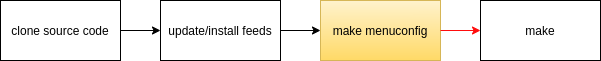
The draw.io diagram static/drawio/openwrt.drawio.png in ryohuang/ryohuang.github.io, before a commit. Source tidied: cells renumbered, new cells last; positions are measured from the earlier drawing's top-left corner, leaving out a move shared by most shapes.
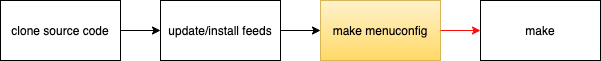
The same file after the commit.

What changed in the source:
```diff
@@ -1,17 +1,17 @@
-<mxGraphModel>
+<mxGraphModel background="#ffffff" shadow="1">
   <root>
     <mxCell id="0" />
     <mxCell id="1" parent="0" />
-    <mxCell id="2" value="clone source code" style="rounded=0;whiteSpace=wrap;html=1;" parent="1" vertex="1">
+    <mxCell id="2" value="clone source code" style="whiteSpace=wrap;html=1;" parent="1" vertex="1">
       <mxGeometry width="120" height="60" as="geometry" />
     </mxCell>
-    <mxCell id="3" value="update/install feeds" style="rounded=0;whiteSpace=wrap;html=1;" parent="1" vertex="1">
+    <mxCell id="3" value="update/install feeds" style="whiteSpace=wrap;html=1;" parent="1" vertex="1">
       <mxGeometry x="160" width="120" height="60" as="geometry" />
     </mxCell>
-    <mxCell id="4" value="make menuconfig" style="rounded=0;whiteSpace=wrap;html=1;fillColor=#fff2cc;strokeColor=#d6b656;gradientColor=#ffd966;" parent="1" vertex="1">
+    <mxCell id="4" value="make menuconfig" style="whiteSpace=wrap;html=1;fillColor=#fff2cc;strokeColor=#d6b656;gradientColor=#ffd966;" parent="1" vertex="1">
       <mxGeometry x="320" width="120" height="60" as="geometry" />
     </mxCell>
-    <mxCell id="5" value="make" style="rounded=0;whiteSpace=wrap;html=1;" parent="1" vertex="1">
+    <mxCell id="5" value="make" style="whiteSpace=wrap;html=1;" parent="1" vertex="1">
       <mxGeometry x="480" width="120" height="60" as="geometry" />
     </mxCell>
     <mxCell id="6" style="endArrow=classic;html=1;exitX=1;exitY=0.5;exitDx=0;exitDy=0;" parent="1" edge="1" source="2" target="3">
```
